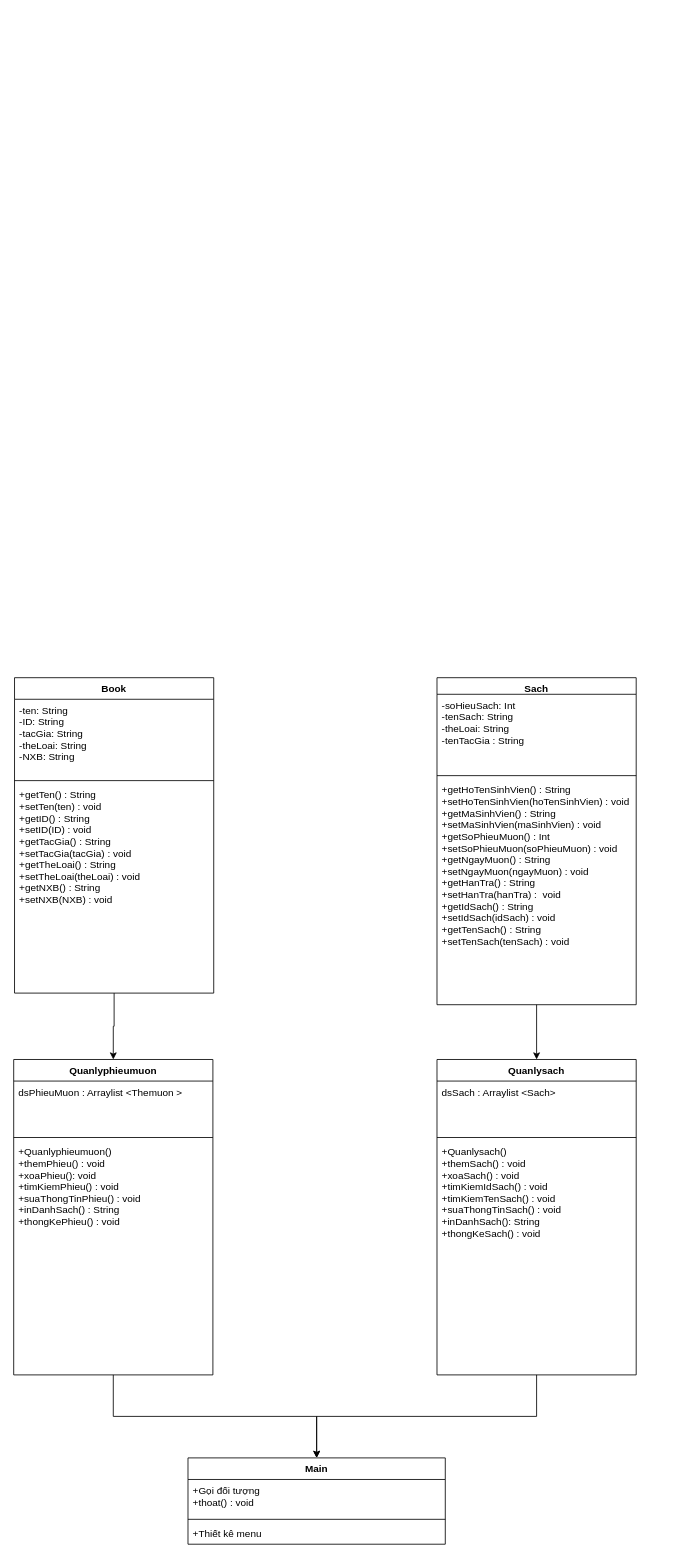
The draw.io diagram Untitled Diagram.drawio in Graphene101102/JAVLibrary, before the edit. Source tidied: cells renumbered, new cells numbered last; positions are measured from the earlier drawing's top-left corner, leaving out a move shared by most shapes. Both pictures are drawn from the tidied source at 83%, with x=0, y=0 at pixel (13, 677).
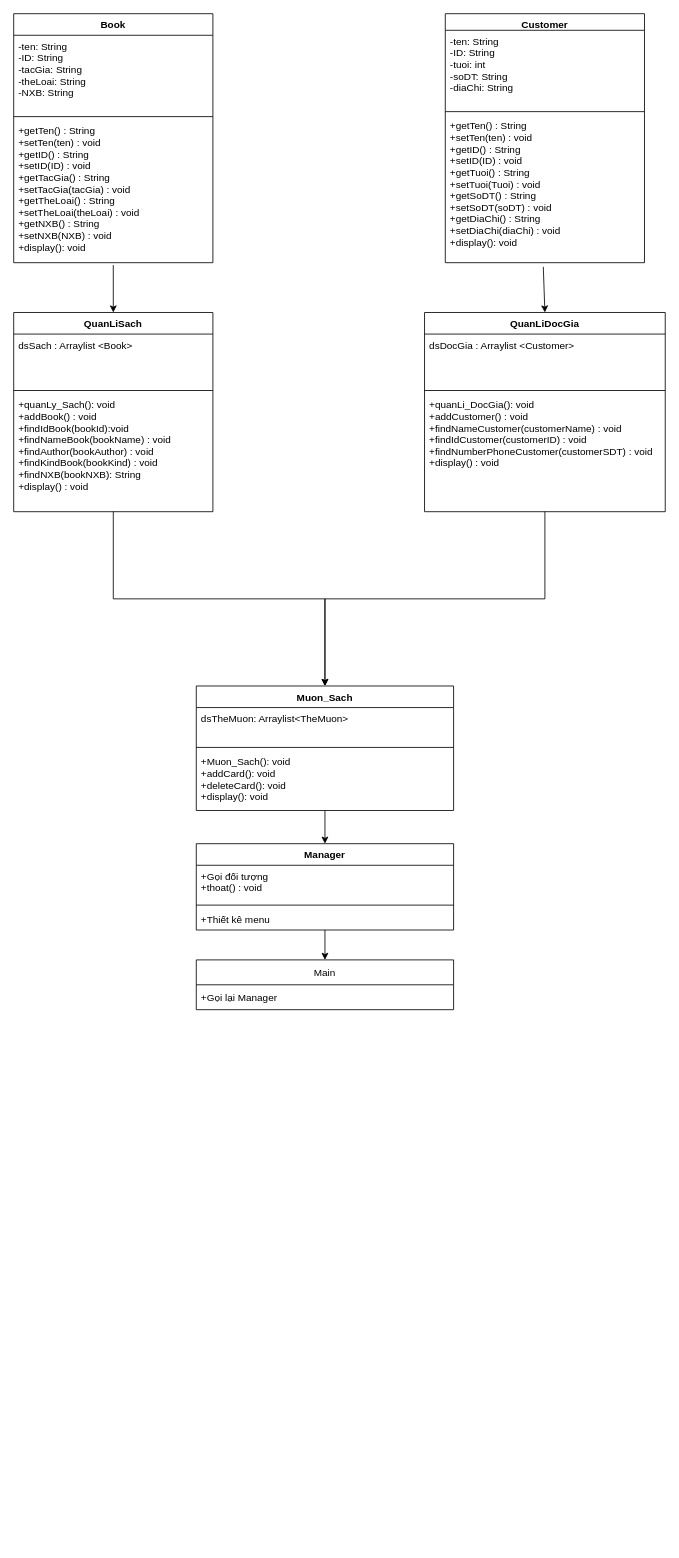
After the change.

The edit, as a diff of the source:
```diff
@@
-    <mxCell id="2" style="edgeStyle=orthogonalEdgeStyle;rounded=0;jettySize=auto;html=1;entryX=0.5;entryY=0;entryDx=0;entryDy=0;" parent="1" edge="1" source="3" target="13">
-      <mxGeometry relative="1" as="geometry" />
-    </mxCell>
     <mxCell id="3" value="Book" style="swimlane;fontStyle=1;align=center;verticalAlign=top;horizontal=1;startSize=26;" parent="1" vertex="1">
-      <mxGeometry x="1" width="240" height="380" as="geometry" />
+      <mxGeometry y="-800" width="240" height="300" as="geometry" />
     </mxCell>
@@
-    <mxCell id="6" value="+getTen() : String&#10;+setTen(ten) : void&#10;+getID() : String&#10;+setID(ID) : void&#10;+getTacGia() : String&#10;+setTacGia(tacGia) : void&#10;+getTheLoai() : String&#10;+setTheLoai(theLoai) : void&#10;+getNXB() : String&#10;+setNXB(NXB) : void" style="text;strokeColor=none;fillColor=none;align=left;verticalAlign=top;spacingLeft=4;spacingRight=4;overflow=hidden;points=[[0,0.5],[1,0.5]];portConstraint=eastwest;" parent="3" vertex="1">
-      <mxGeometry y="128" width="240" height="252" as="geometry" />
+    <mxCell id="6" value="+getTen() : String&#10;+setTen(ten) : void&#10;+getID() : String&#10;+setID(ID) : void&#10;+getTacGia() : String&#10;+setTacGia(tacGia) : void&#10;+getTheLoai() : String&#10;+setTheLoai(theLoai) : void&#10;+getNXB() : String&#10;+setNXB(NXB) : void&#10;+display(): void" style="text;strokeColor=none;fillColor=none;align=left;verticalAlign=top;spacingLeft=4;spacingRight=4;overflow=hidden;points=[[0,0.5],[1,0.5]];portConstraint=eastwest;" parent="3" vertex="1">
+      <mxGeometry y="128" width="240" height="172" as="geometry" />
     </mxCell>
-    <mxCell id="7" style="edgeStyle=orthogonalEdgeStyle;rounded=0;jettySize=auto;html=1;entryX=0.5;entryY=0;entryDx=0;entryDy=0;" parent="1" edge="1" source="8" target="18">
-      <mxGeometry relative="1" as="geometry" />
-    </mxCell>
-    <mxCell id="8" value="Sach" style="swimlane;fontStyle=1;align=center;verticalAlign=top;horizontal=1;startSize=20;" parent="1" vertex="1">
-      <mxGeometry x="510" width="240" height="394" as="geometry" />
+    <mxCell id="8" value="Customer" style="swimlane;fontStyle=1;align=center;verticalAlign=top;horizontal=1;startSize=20;" parent="1" vertex="1">
+      <mxGeometry x="520" y="-800" width="240" height="300" as="geometry" />
     </mxCell>
-    <mxCell id="9" value="-soHieuSach: Int&#10;-tenSach: String&#10;-theLoai: String&#10;-tenTacGia : String&#10;" style="text;strokeColor=none;fillColor=none;align=left;verticalAlign=top;spacingLeft=4;spacingRight=4;overflow=hidden;" parent="8" vertex="1">
+    <mxCell id="9" value="-ten: String&#10;-ID: String&#10;-tuoi: int&#10;-soDT: String&#10;-diaChi: String" style="text;strokeColor=none;fillColor=none;align=left;verticalAlign=top;spacingLeft=4;spacingRight=4;overflow=hidden;" parent="8" vertex="1">
       <mxGeometry y="20" width="240" height="94" as="geometry" />
     </mxCell>
@@
-    <mxCell id="11" value="+getHoTenSinhVien() : String&#10;+setHoTenSinhVien(hoTenSinhVien) : void&#10;+getMaSinhVien() : String&#10;+setMaSinhVien(maSinhVien) : void&#10;+getSoPhieuMuon() : Int&#10;+setSoPhieuMuon(soPhieuMuon) : void&#10;+getNgayMuon() : String&#10;+setNgayMuon(ngayMuon) : void&#10;+getHanTra() : String&#10;+setHanTra(hanTra) :  void&#10;+getIdSach() : String&#10;+setIdSach(idSach) : void&#10;+getTenSach() : String&#10;+setTenSach(tenSach) : void" style="text;strokeColor=none;fillColor=none;align=left;verticalAlign=top;spacingLeft=4;spacingRight=4;overflow=hidden;points=[[0,0.5],[1,0.5]];portConstraint=eastwest;" parent="8" vertex="1">
-      <mxGeometry y="122" width="240" height="272" as="geometry" />
+    <mxCell id="11" value="+getTen() : String&#10;+setTen(ten) : void&#10;+getID() : String&#10;+setID(ID) : void&#10;+getTuoi() : String&#10;+setTuoi(Tuoi) : void&#10;+getSoDT() : String&#10;+setSoDT(soDT) : void&#10;+getDiaChi() : String&#10;+setDiaChi(diaChi) : void&#10;+display(): void" style="text;strokeColor=none;fillColor=none;align=left;verticalAlign=top;spacingLeft=4;spacingRight=4;overflow=hidden;points=[[0,0.5],[1,0.5]];portConstraint=eastwest;" parent="8" vertex="1">
+      <mxGeometry y="122" width="240" height="178" as="geometry" />
     </mxCell>
@@
-    <mxCell id="13" value="Quanlyphieumuon" style="swimlane;fontStyle=1;align=center;verticalAlign=top;horizontal=1;startSize=26;" parent="1" vertex="1">
-      <mxGeometry y="460" width="240" height="380" as="geometry" />
+    <mxCell id="13" value="QuanLiDocGia" style="swimlane;fontStyle=1;align=center;verticalAlign=top;horizontal=1;startSize=26;" parent="1" vertex="1">
+      <mxGeometry x="495" y="-440" width="290" height="240" as="geometry" />
     </mxCell>
-    <mxCell id="14" value="dsPhieuMuon : Arraylist &lt;Themuon &gt; &#10;" style="text;strokeColor=none;fillColor=none;align=left;verticalAlign=top;spacingLeft=4;spacingRight=4;overflow=hidden;" parent="13" vertex="1">
-      <mxGeometry y="26" width="240" height="64" as="geometry" />
+    <mxCell id="14" value="dsDocGia : Arraylist &lt;Customer&gt; &#10;" style="text;strokeColor=none;fillColor=none;align=left;verticalAlign=top;spacingLeft=4;spacingRight=4;overflow=hidden;" parent="13" vertex="1">
+      <mxGeometry y="26" width="290" height="64" as="geometry" />
     </mxCell>
     <mxCell id="15" style="line;strokeWidth=1;fillColor=none;align=left;verticalAlign=middle;spacingTop=-1;spacingLeft=3;spacingRight=3;labelPosition=right;" parent="13" vertex="1">
-      <mxGeometry y="90" width="240" height="8" as="geometry" />
+      <mxGeometry y="90" width="290" height="8" as="geometry" />
     </mxCell>
-    <mxCell id="16" value="+Quanlyphieumuon()&#10;+themPhieu() : void&#10;+xoaPhieu(): void&#10;+timKiemPhieu() : void&#10;+suaThongTinPhieu() : void&#10;+inDanhSach() : String&#10;+thongKePhieu() : void&#10;" style="text;strokeColor=none;fillColor=none;align=left;verticalAlign=top;spacingLeft=4;spacingRight=4;overflow=hidden;" parent="13" vertex="1">
-      <mxGeometry y="98" width="240" height="282" as="geometry" />
+    <mxCell id="16" value="+quanLi_DocGia(): void&#10;+addCustomer() : void&#10;+findNameCustomer(customerName) : void&#10;+findIdCustomer(customerID) : void&#10;+findNumberPhoneCustomer(customerSDT) : void&#10;+display() : void&#10;" style="text;strokeColor=none;fillColor=none;align=left;verticalAlign=top;spacingLeft=4;spacingRight=4;overflow=hidden;" parent="13" vertex="1">
+      <mxGeometry y="98" width="290" height="142" as="geometry" />
     </mxCell>
@@
-    <mxCell id="18" value="Quanlysach" style="swimlane;fontStyle=1;align=center;verticalAlign=top;horizontal=1;startSize=26;" parent="1" vertex="1">
-      <mxGeometry x="510" y="460" width="240" height="380" as="geometry" />
+    <mxCell id="18" value="QuanLiSach" style="swimlane;fontStyle=1;align=center;verticalAlign=top;horizontal=1;startSize=26;" parent="1" vertex="1">
+      <mxGeometry y="-440" width="240" height="240" as="geometry" />
     </mxCell>
-    <mxCell id="19" value="dsSach : Arraylist &lt;Sach&gt; &#10;" style="text;strokeColor=none;fillColor=none;align=left;verticalAlign=top;spacingLeft=4;spacingRight=4;overflow=hidden;" parent="18" vertex="1">
+    <mxCell id="19" value="dsSach : Arraylist &lt;Book&gt; &#10;" style="text;strokeColor=none;fillColor=none;align=left;verticalAlign=top;spacingLeft=4;spacingRight=4;overflow=hidden;" parent="18" vertex="1">
       <mxGeometry y="26" width="240" height="64" as="geometry" />
     </mxCell>
@@
-    <mxCell id="21" value="+Quanlysach()&#10;+themSach() : void&#10;+xoaSach() : void&#10;+timKiemIdSach() : void&#10;+timKiemTenSach() : void&#10;+suaThongTinSach() : void&#10;+inDanhSach(): String&#10;+thongKeSach() : void&#10;" style="text;strokeColor=none;fillColor=none;align=left;verticalAlign=top;spacingLeft=4;spacingRight=4;overflow=hidden;" parent="18" vertex="1">
-      <mxGeometry y="98" width="240" height="282" as="geometry" />
+    <mxCell id="21" value="+quanLy_Sach(): void&#10;+addBook() : void&#10;+findIdBook(bookId):void&#10;+findNameBook(bookName) : void&#10;+findAuthor(bookAuthor) : void&#10;+findKindBook(bookKind) : void&#10;+findNXB(bookNXB): String&#10;+display() : void&#10;" style="text;strokeColor=none;fillColor=none;align=left;verticalAlign=top;spacingLeft=4;spacingRight=4;overflow=hidden;" parent="18" vertex="1">
+      <mxGeometry y="98" width="240" height="142" as="geometry" />
     </mxCell>
-    <mxCell id="22" value="Main" style="swimlane;fontStyle=1;align=center;verticalAlign=top;horizontal=1;startSize=26;" parent="1" vertex="1">
-      <mxGeometry x="210" y="940" width="310" height="104" as="geometry" />
+    <mxCell id="22" value="Muon_Sach" style="swimlane;fontStyle=1;align=center;verticalAlign=top;horizontal=1;startSize=26;" parent="1" vertex="1">
+      <mxGeometry x="220" y="10" width="310" height="150" as="geometry" />
     </mxCell>
-    <mxCell id="23" value="+Gọi đối tượng &#10;+thoat() : void" style="text;strokeColor=none;fillColor=none;align=left;verticalAlign=top;spacingLeft=4;spacingRight=4;overflow=hidden;" parent="22" vertex="1">
+    <mxCell id="23" value="dsTheMuon: Arraylist&lt;TheMuon&gt;" style="text;strokeColor=none;fillColor=none;align=left;verticalAlign=top;spacingLeft=4;spacingRight=4;overflow=hidden;" parent="22" vertex="1">
       <mxGeometry y="26" width="310" height="44" as="geometry" />
     </mxCell>
@@
-    <mxCell id="25" value="+Thiết kê menu&#10;" style="text;strokeColor=none;fillColor=none;align=left;verticalAlign=top;spacingLeft=4;spacingRight=4;overflow=hidden;points=[[0,0.5],[1,0.5]];portConstraint=eastwest;" parent="22" vertex="1">
-      <mxGeometry y="78" width="310" height="26" as="geometry" />
+    <mxCell id="25" value="+Muon_Sach(): void&#10;+addCard(): void&#10;+deleteCard(): void&#10;+display(): void" style="text;strokeColor=none;fillColor=none;align=left;verticalAlign=top;spacingLeft=4;spacingRight=4;overflow=hidden;points=[[0,0.5],[1,0.5]];portConstraint=eastwest;" parent="22" vertex="1">
+      <mxGeometry y="78" width="310" height="72" as="geometry" />
     </mxCell>
+    <mxCell id="26" style="endArrow=classic;html=1;rounded=0;exitX=0.492;exitY=1.028;exitDx=0;exitDy=0;exitPerimeter=0;entryX=0.5;entryY=0;entryDx=0;entryDy=0;" parent="1" edge="1" source="11" target="13">
+      <mxGeometry relative="1" as="geometry" />
+    </mxCell>
+    <mxCell id="27" value="Main" style="swimlane;fontStyle=0;horizontal=1;startSize=30;" parent="1" vertex="1">
+      <mxGeometry x="220" y="340" width="310" height="60" as="geometry" />
+    </mxCell>
+    <mxCell id="28" value="+Gọi lại Manager" style="text;strokeColor=none;fillColor=none;align=left;verticalAlign=middle;spacingLeft=4;spacingRight=4;overflow=hidden;" parent="27" vertex="1">
+      <mxGeometry y="30" width="310" height="30" as="geometry" />
+    </mxCell>
+    <mxCell id="29" value="Manager" style="swimlane;fontStyle=1;align=center;verticalAlign=top;horizontal=1;startSize=26;" parent="1" vertex="1">
+      <mxGeometry x="220" y="200" width="310" height="104" as="geometry" />
+    </mxCell>
+    <mxCell id="30" value="+Gọi đối tượng &#10;+thoat() : void" style="text;strokeColor=none;fillColor=none;align=left;verticalAlign=top;spacingLeft=4;spacingRight=4;overflow=hidden;" parent="29" vertex="1">
+      <mxGeometry y="26" width="310" height="44" as="geometry" />
+    </mxCell>
+    <mxCell id="31" style="line;strokeWidth=1;fillColor=none;align=left;verticalAlign=middle;spacingTop=-1;spacingLeft=3;spacingRight=3;labelPosition=right;" parent="29" vertex="1">
+      <mxGeometry y="70" width="310" height="8" as="geometry" />
+    </mxCell>
+    <mxCell id="32" value="+Thiết kê menu&#10;" style="text;strokeColor=none;fillColor=none;align=left;verticalAlign=top;spacingLeft=4;spacingRight=4;overflow=hidden;points=[[0,0.5],[1,0.5]];portConstraint=eastwest;" parent="29" vertex="1">
+      <mxGeometry y="78" width="310" height="26" as="geometry" />
+    </mxCell>
+    <mxCell id="33" style="endArrow=classic;html=1;rounded=0;entryX=0.5;entryY=0;entryDx=0;entryDy=0;exitX=0.5;exitY=1;exitDx=0;exitDy=0;exitPerimeter=0;" parent="1" edge="1" source="25" target="29">
+      <mxGeometry relative="1" as="geometry" />
+    </mxCell>
+    <mxCell id="34" style="endArrow=classic;html=1;rounded=0;entryX=0.5;entryY=0;entryDx=0;entryDy=0;" parent="1" edge="1" source="32" target="27">
+      <mxGeometry relative="1" as="geometry" />
+    </mxCell>
+    <mxCell id="35" style="endArrow=classic;html=1;rounded=0;exitX=0.5;exitY=1.017;exitDx=0;exitDy=0;exitPerimeter=0;entryX=0.5;entryY=0;entryDx=0;entryDy=0;" parent="1" edge="1" source="6" target="18">
+      <mxGeometry relative="1" as="geometry" />
+    </mxCell>
```
